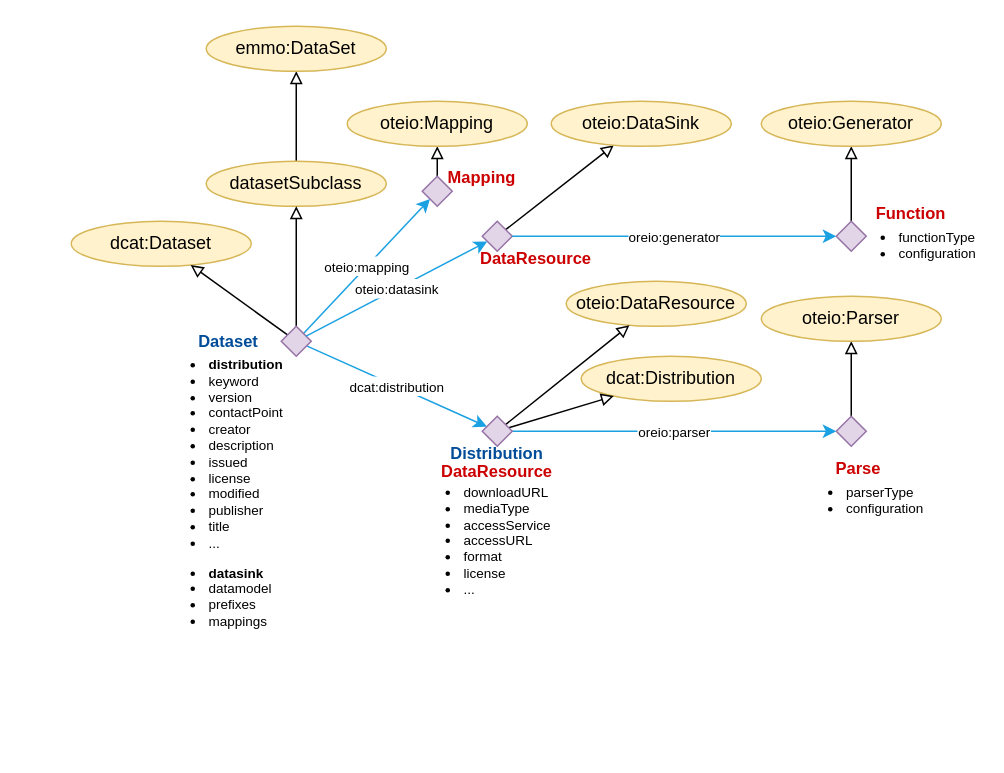
Before: page "Dataset" (1 of 3) of docs/figs/dataset.drawio in EMMC-ASBL/oteapi-dlite, a draw.io diagram. Source tidied: cells renumbered, new cells numbered last; positions are measured from the earlier drawing's top-left corner, leaving out a move shared by most shapes. Both pictures are drawn from the tidied source at 150%, with x=0, y=0 at pixel (70, 26). Pictures stored in the file or linked from it are replaced by grey dashed boxes.
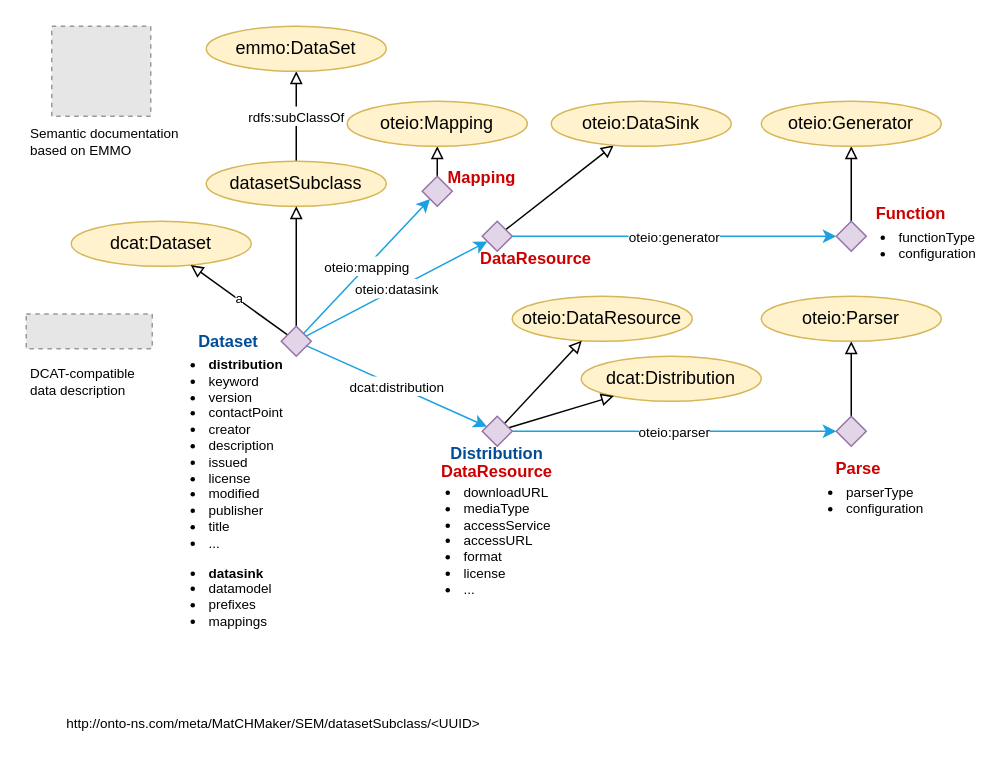
Above is the later version.

Commit message (it also covers changes not shown here):
Improved dataset documentation example based on comments from Francesca and Tor

The change refers to these unchanged cells:
```xml
<mxCell id="6" value="datasetSubclass" style="ellipse;whiteSpace=wrap;html=1;fillColor=#fff2cc;strokeColor=#d6b656;" parent="1" vertex="1">
  <mxGeometry x="90" y="90" width="120" height="30" as="geometry" />
</mxCell>
<mxCell id="7" value="dcat:Dataset" style="ellipse;whiteSpace=wrap;html=1;fillColor=#fff2cc;strokeColor=#d6b656;" parent="1" vertex="1">
  <mxGeometry y="130" width="120" height="30" as="geometry" />
</mxCell>
<mxCell id="14" style="rhombus;whiteSpace=wrap;html=1;fillColor=#e1d5e7;strokeColor=#9673a6;" parent="1" vertex="1">
  <mxGeometry x="140" y="200" width="20" height="20" as="geometry" />
</mxCell>
<mxCell id="16" style="rhombus;whiteSpace=wrap;html=1;fillColor=#e1d5e7;strokeColor=#9673a6;" parent="1" vertex="1">
  <mxGeometry x="510" y="260" width="20" height="20" as="geometry" />
</mxCell>
<mxCell id="20" style="rhombus;whiteSpace=wrap;html=1;fillColor=#e1d5e7;strokeColor=#9673a6;" parent="1" vertex="1">
  <mxGeometry x="274" y="260" width="20" height="20" as="geometry" />
</mxCell>
<mxCell id="26" value="emmo:DataSet" style="ellipse;whiteSpace=wrap;html=1;fillColor=#fff2cc;strokeColor=#d6b656;" parent="1" vertex="1">
  <mxGeometry x="90" width="120" height="30" as="geometry" />
</mxCell>
<mxCell id="30" style="rhombus;whiteSpace=wrap;html=1;fillColor=#e1d5e7;strokeColor=#9673a6;" parent="1" vertex="1">
  <mxGeometry x="274" y="130" width="20" height="20" as="geometry" />
</mxCell>
<mxCell id="37" style="rhombus;whiteSpace=wrap;html=1;fillColor=#e1d5e7;strokeColor=#9673a6;" parent="1" vertex="1">
  <mxGeometry x="510" y="130" width="20" height="20" as="geometry" />
</mxCell>
```

Change to the diagram source:
```diff
@@
-    <mxCell id="5" style="edgeStyle=none;shape=connector;rounded=0;jettySize=auto;html=1;strokeColor=default;align=center;verticalAlign=middle;fontFamily=Helvetica;fontSize=11;fontColor=default;labelBackgroundColor=default;endArrow=block;endFill=0;" parent="1" edge="1" source="6" target="26">
+    <mxCell id="5" value="&lt;font style=&quot;font-size: 9px;&quot;&gt;rdfs:subClassOf&lt;/font&gt;" style="edgeStyle=none;shape=connector;rounded=0;jettySize=auto;html=1;strokeColor=default;align=center;verticalAlign=middle;fontFamily=Helvetica;fontSize=11;fontColor=default;labelBackgroundColor=default;endArrow=block;endFill=0;" parent="1" edge="1" source="6" target="26">
       <mxGeometry relative="1" as="geometry" />
     </mxCell>
@@
     <mxCell id="9" value="oteio:DataResource" style="ellipse;whiteSpace=wrap;html=1;fillColor=#fff2cc;strokeColor=#d6b656;" parent="1" vertex="1">
-      <mxGeometry x="330" y="170" width="120" height="30" as="geometry" />
+      <mxGeometry x="294" y="180" width="120" height="30" as="geometry" />
     </mxCell>
-    <mxCell id="10" style="rounded=0;jettySize=auto;html=1;endArrow=block;endFill=0;" parent="1" edge="1" source="14" target="7">
+    <mxCell id="10" value="a" style="rounded=0;jettySize=auto;html=1;endArrow=block;endFill=0;fontSize=9;" parent="1" edge="1" source="14" target="7">
       <mxGeometry relative="1" as="geometry" />
     </mxCell>
@@
-    <mxCell id="19" value="&lt;font style=&quot;font-size: 9px;&quot;&gt;oreio:parser&lt;/font&gt;" style="shape=connector;rounded=0;jettySize=auto;html=1;strokeColor=#1BA1E2;align=center;verticalAlign=middle;fontFamily=Helvetica;fontSize=11;fontColor=default;labelBackgroundColor=default;endArrow=classic;endFill=1;" parent="1" edge="1" source="20" target="16">
+    <mxCell id="19" value="&lt;font style=&quot;font-size: 9px;&quot;&gt;oteio:parser&lt;/font&gt;" style="shape=connector;rounded=0;jettySize=auto;html=1;strokeColor=#1BA1E2;align=center;verticalAlign=middle;fontFamily=Helvetica;fontSize=11;fontColor=default;labelBackgroundColor=default;endArrow=classic;endFill=1;" parent="1" edge="1" source="20" target="16">
       <mxGeometry relative="1" as="geometry" />
     </mxCell>
@@
-    <mxCell id="38" value="&lt;font style=&quot;font-size: 9px;&quot;&gt;oreio:generator&lt;/font&gt;" style="shape=connector;rounded=0;jettySize=auto;html=1;strokeColor=#1BA1E2;align=center;verticalAlign=middle;fontFamily=Helvetica;fontSize=11;fontColor=default;labelBackgroundColor=default;endArrow=classic;endFill=1;" parent="1" edge="1" source="30" target="37">
+    <mxCell id="38" value="&lt;font style=&quot;font-size: 9px;&quot;&gt;oteio:generator&lt;/font&gt;" style="shape=connector;rounded=0;jettySize=auto;html=1;strokeColor=#1BA1E2;align=center;verticalAlign=middle;fontFamily=Helvetica;fontSize=11;fontColor=default;labelBackgroundColor=default;endArrow=classic;endFill=1;" parent="1" edge="1" source="30" target="37">
       <mxGeometry relative="1" as="geometry" />
     </mxCell>
@@
-    <mxCell id="40" value="&lt;ul&gt;&lt;li&gt;functionType&lt;/li&gt;&lt;li&gt;configuration&lt;/li&gt;&lt;/ul&gt;" style="text;html=1;align=left;verticalAlign=top;whiteSpace=wrap;rounded=0;fontFamily=Helvetica;fontSize=9;fontColor=default;labelBackgroundColor=none;" parent="1" vertex="1">
+    <mxCell id="40" value="&lt;ul&gt;&lt;li&gt;functionType&lt;/li&gt;&lt;li&gt;&lt;span style=&quot;background-color: initial;&quot;&gt;configuration&lt;/span&gt;&lt;br&gt;&lt;/li&gt;&lt;/ul&gt;" style="text;html=1;align=left;verticalAlign=top;whiteSpace=wrap;rounded=0;fontFamily=Helvetica;fontSize=9;fontColor=default;labelBackgroundColor=none;" parent="1" vertex="1">
       <mxGeometry x="510" y="120" width="90" height="50" as="geometry" />
     </mxCell>
@@
+    <mxCell id="42" style="fillColor=#E6E6E6;strokeColor=#999999;dashed=1;verticalLabelPosition=bottom;labelBackgroundColor=default;verticalAlign=top;" parent="1" vertex="1">
+      <mxGeometry x="-30" y="191.9" width="84" height="23.1" as="geometry" />
+    </mxCell>
+    <mxCell id="43" value="&lt;font color=&quot;#000000&quot;&gt;DCAT-compatible data description&lt;/font&gt;" style="text;html=1;strokeColor=none;fillColor=none;align=left;verticalAlign=top;whiteSpace=wrap;rounded=0;fontSize=9;fontColor=#004C99;" parent="1" vertex="1">
+      <mxGeometry x="-29" y="220" width="83" height="50" as="geometry" />
+    </mxCell>
+    <mxCell id="44" style="fillColor=#E6E6E6;strokeColor=#999999;dashed=1;verticalLabelPosition=bottom;labelBackgroundColor=default;verticalAlign=top;" parent="1" vertex="1">
+      <mxGeometry x="-13" width="66" height="60" as="geometry" />
+    </mxCell>
+    <mxCell id="45" value="&lt;font color=&quot;#000000&quot;&gt;Semantic documentation based on EMMO&lt;/font&gt;" style="text;html=1;strokeColor=none;fillColor=none;align=left;verticalAlign=top;whiteSpace=wrap;rounded=0;fontSize=9;fontColor=#004C99;" parent="1" vertex="1">
+      <mxGeometry x="-29" y="60" width="103" height="30" as="geometry" />
+    </mxCell>
+    <mxCell id="46" value="http://onto-ns.com/meta/MatCHMaker/SEM/datasetSubclass/&amp;lt;UUID&amp;gt;" style="text;html=1;strokeColor=none;fillColor=none;align=center;verticalAlign=middle;whiteSpace=wrap;rounded=0;fontSize=9;fontColor=#000000;" parent="1" vertex="1">
+      <mxGeometry x="-20" y="450" width="310" height="30" as="geometry" />
+    </mxCell>
```
